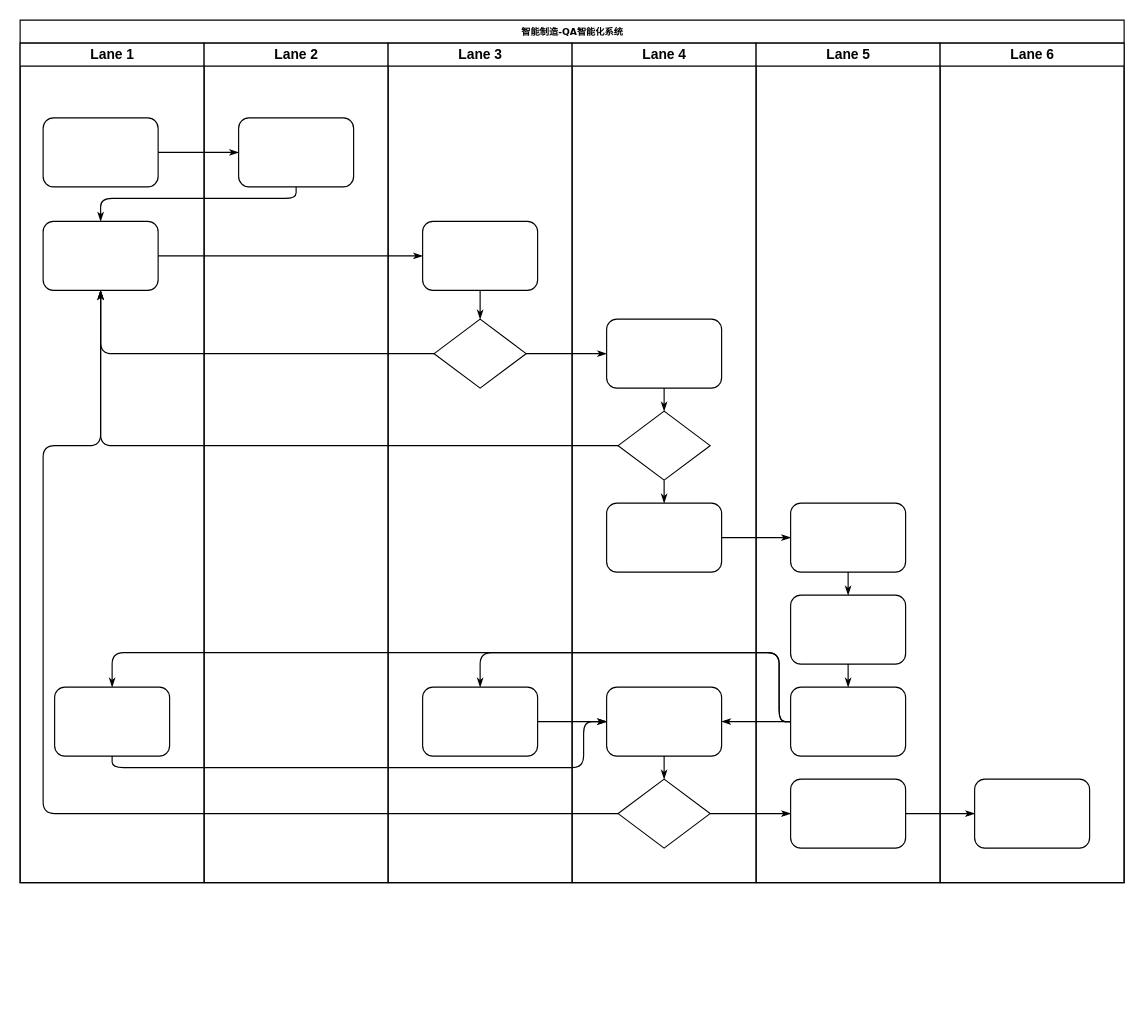
Earlier version of the draw.io diagram 智能制造.drawio (mandarenmanman/apidoc). Source tidied: cells renumbered, new cells numbered last; positions are measured from the earlier drawing's top-left corner, leaving out a move shared by most shapes. Both pictures are drawn from the tidied source at 115%, with x=0, y=0 at pixel (20, 20).
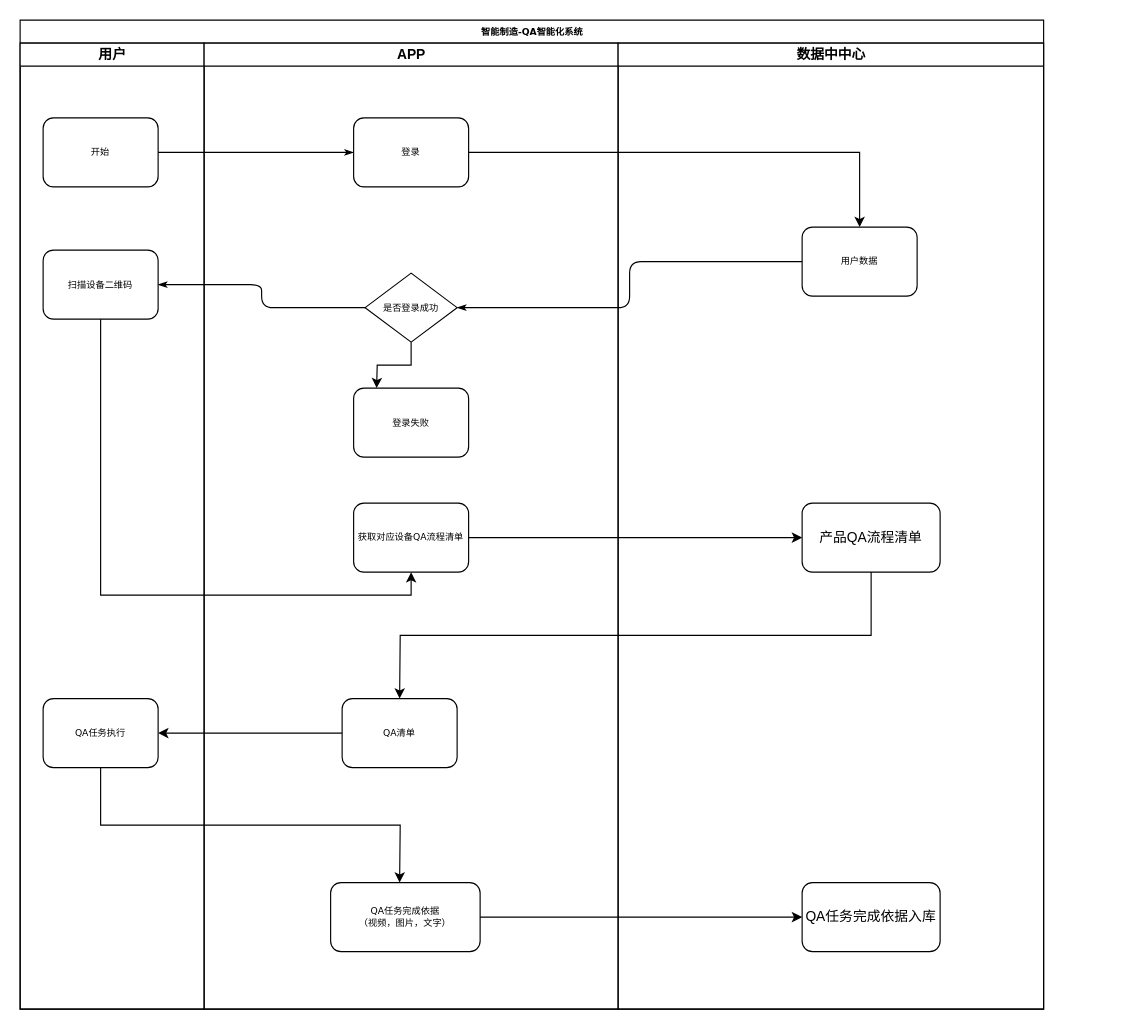
The same diagram, later.

Commit message (it also covers changes not shown here):
更新智能制造.drawio

What changed in the source:
```diff
@@
     <mxCell id="2" value="智能制造-QA智能化系统" style="swimlane;html=1;startSize=20;rounded=0;shadow=0;labelBackgroundColor=none;strokeWidth=1;fontFamily=Verdana;fontSize=8;align=center;" parent="1" vertex="1">
-      <mxGeometry width="960" height="750" as="geometry" />
+      <mxGeometry width="890" height="860" as="geometry" />
     </mxCell>
-    <mxCell id="3" value="Lane 1" style="swimlane;html=1;startSize=20;" parent="2" vertex="1">
-      <mxGeometry y="20" width="160" height="730" as="geometry" />
+    <mxCell id="3" value="用户" style="swimlane;html=1;startSize=20;" parent="2" vertex="1">
+      <mxGeometry y="20" width="160" height="840" as="geometry" />
     </mxCell>
-    <mxCell id="4" style="rounded=1;whiteSpace=wrap;html=1;shadow=0;labelBackgroundColor=none;strokeWidth=1;fontFamily=Verdana;fontSize=8;align=center;" parent="3" vertex="1">
+    <mxCell id="4" value="开始" style="rounded=1;whiteSpace=wrap;html=1;shadow=0;labelBackgroundColor=none;strokeWidth=1;fontFamily=Verdana;fontSize=8;align=center;" parent="3" vertex="1">
       <mxGeometry x="20" y="65" width="100" height="60" as="geometry" />
     </mxCell>
-    <mxCell id="5" style="rounded=1;whiteSpace=wrap;html=1;shadow=0;labelBackgroundColor=none;strokeWidth=1;fontFamily=Verdana;fontSize=8;align=center;" parent="3" vertex="1">
-      <mxGeometry x="20" y="155" width="100" height="60" as="geometry" />
+    <mxCell id="5" value="扫描设备二维码" style="rounded=1;whiteSpace=wrap;html=1;shadow=0;labelBackgroundColor=none;strokeWidth=1;fontFamily=Verdana;fontSize=8;align=center;" parent="3" vertex="1">
+      <mxGeometry x="20" y="180" width="100" height="60" as="geometry" />
     </mxCell>
-    <mxCell id="6" style="rounded=1;whiteSpace=wrap;html=1;shadow=0;labelBackgroundColor=none;strokeWidth=1;fontFamily=Verdana;fontSize=8;align=center;" parent="3" vertex="1">
-      <mxGeometry x="30" y="560" width="100" height="60" as="geometry" />
-    </mxCell>
+    <mxCell id="47" value="QA任务执行" style="rounded=1;whiteSpace=wrap;html=1;shadow=0;labelBackgroundColor=none;strokeWidth=1;fontFamily=Verdana;fontSize=8;align=center;" parent="3" vertex="1">
+      <mxGeometry x="20" y="570" width="100" height="60" as="geometry" />
+    </mxCell>
@@
-    <mxCell id="8" style="edgeStyle=orthogonalEdgeStyle;rounded=1;html=1;labelBackgroundColor=none;startArrow=none;startFill=0;startSize=5;endArrow=classicThin;endFill=1;endSize=5;jettySize=auto;strokeWidth=1;fontFamily=Verdana;fontSize=8;" parent="2" edge="1" source="23" target="5">
-      <mxGeometry relative="1" as="geometry">
-        <Array as="points">
-          <mxPoint x="240" y="155" />
-          <mxPoint x="70" y="155" />
-        </Array>
-      </mxGeometry>
-    </mxCell>
-    <mxCell id="9" style="edgeStyle=orthogonalEdgeStyle;rounded=1;html=1;labelBackgroundColor=none;startArrow=none;startFill=0;startSize=5;endArrow=classicThin;endFill=1;endSize=5;jettySize=auto;strokeWidth=1;fontFamily=Verdana;fontSize=8;" parent="2" edge="1" source="5" target="25">
-      <mxGeometry relative="1" as="geometry" />
-    </mxCell>
@@
-    <mxCell id="11" style="edgeStyle=orthogonalEdgeStyle;rounded=1;html=1;labelBackgroundColor=none;startArrow=none;startFill=0;startSize=5;endArrow=classicThin;endFill=1;endSize=5;jettySize=auto;strokeWidth=1;fontFamily=Verdana;fontSize=8;" parent="2" edge="1" source="31" target="5">
-      <mxGeometry relative="1" as="geometry" />
-    </mxCell>
-    <mxCell id="12" style="edgeStyle=orthogonalEdgeStyle;rounded=1;html=1;labelBackgroundColor=none;startArrow=none;startFill=0;startSize=5;endArrow=classicThin;endFill=1;endSize=5;jettySize=auto;strokeWidth=1;fontFamily=Verdana;fontSize=8;" parent="2" edge="1" source="34" target="5">
-      <mxGeometry relative="1" as="geometry">
-        <Array as="points">
-          <mxPoint x="20" y="690" />
-          <mxPoint x="20" y="370" />
-          <mxPoint x="70" y="370" />
-        </Array>
-      </mxGeometry>
-    </mxCell>
-    <mxCell id="13" style="edgeStyle=orthogonalEdgeStyle;rounded=1;html=1;labelBackgroundColor=none;startArrow=none;startFill=0;startSize=5;endArrow=classicThin;endFill=1;endSize=5;jettySize=auto;strokeWidth=1;fontFamily=Verdana;fontSize=8;" parent="2" edge="1" source="26" target="30">
-      <mxGeometry relative="1" as="geometry" />
-    </mxCell>
-    <mxCell id="14" style="edgeStyle=orthogonalEdgeStyle;rounded=1;html=1;labelBackgroundColor=none;startArrow=none;startFill=0;startSize=5;endArrow=classicThin;endFill=1;endSize=5;jettySize=auto;strokeWidth=1;fontFamily=Verdana;fontSize=8;" parent="2" edge="1" source="34" target="42">
-      <mxGeometry relative="1" as="geometry" />
-    </mxCell>
-    <mxCell id="15" style="edgeStyle=orthogonalEdgeStyle;rounded=1;html=1;labelBackgroundColor=none;startArrow=none;startFill=0;startSize=5;endArrow=classicThin;endFill=1;endSize=5;jettySize=auto;strokeWidth=1;fontFamily=Verdana;fontSize=8;" parent="2" edge="1" source="42" target="46">
-      <mxGeometry relative="1" as="geometry" />
-    </mxCell>
-    <mxCell id="16" style="edgeStyle=orthogonalEdgeStyle;rounded=1;html=1;labelBackgroundColor=none;startArrow=none;startFill=0;startSize=5;endArrow=classicThin;endFill=1;endSize=5;jettySize=auto;strokeWidth=1;fontFamily=Verdana;fontSize=8;" parent="2" edge="1" source="32" target="39">
-      <mxGeometry relative="1" as="geometry" />
-    </mxCell>
-    <mxCell id="17" style="edgeStyle=orthogonalEdgeStyle;rounded=1;html=1;labelBackgroundColor=none;startArrow=none;startFill=0;startSize=5;endArrow=classicThin;endFill=1;endSize=5;jettySize=auto;strokeWidth=1;fontFamily=Verdana;fontSize=8;" parent="2" edge="1" source="41" target="27">
-      <mxGeometry relative="1" as="geometry">
-        <Array as="points">
-          <mxPoint x="660" y="610" />
-          <mxPoint x="660" y="550" />
-          <mxPoint x="400" y="550" />
-        </Array>
-      </mxGeometry>
-    </mxCell>
-    <mxCell id="18" style="edgeStyle=orthogonalEdgeStyle;rounded=1;html=1;labelBackgroundColor=none;startArrow=none;startFill=0;startSize=5;endArrow=classicThin;endFill=1;endSize=5;jettySize=auto;strokeColor=#000000;strokeWidth=1;fontFamily=Verdana;fontSize=8;fontColor=#000000;" parent="2" edge="1" source="41" target="33">
-      <mxGeometry relative="1" as="geometry" />
-    </mxCell>
-    <mxCell id="19" style="edgeStyle=orthogonalEdgeStyle;rounded=1;html=1;labelBackgroundColor=none;startArrow=none;startFill=0;startSize=5;endArrow=classicThin;endFill=1;endSize=5;jettySize=auto;strokeWidth=1;fontFamily=Verdana;fontSize=8;" parent="2" edge="1" source="41" target="6">
-      <mxGeometry relative="1" as="geometry">
-        <Array as="points">
-          <mxPoint x="660" y="610" />
-          <mxPoint x="660" y="550" />
-          <mxPoint x="80" y="550" />
-        </Array>
-      </mxGeometry>
-    </mxCell>
-    <mxCell id="20" style="edgeStyle=orthogonalEdgeStyle;rounded=1;html=1;labelBackgroundColor=none;startArrow=none;startFill=0;startSize=5;endArrow=classicThin;endFill=1;endSize=5;jettySize=auto;strokeWidth=1;fontFamily=Verdana;fontSize=8;" parent="2" edge="1" source="6" target="33">
-      <mxGeometry relative="1" as="geometry">
-        <Array as="points">
-          <mxPoint x="80" y="650" />
-          <mxPoint x="490" y="650" />
-          <mxPoint x="490" y="610" />
-        </Array>
-      </mxGeometry>
-    </mxCell>
-    <mxCell id="21" style="edgeStyle=orthogonalEdgeStyle;rounded=1;html=1;labelBackgroundColor=none;startArrow=none;startFill=0;startSize=5;endArrow=classicThin;endFill=1;endSize=5;jettySize=auto;strokeWidth=1;fontFamily=Verdana;fontSize=8;" parent="2" edge="1" source="27" target="33">
-      <mxGeometry relative="1" as="geometry" />
-    </mxCell>
-    <mxCell id="22" value="Lane 2" style="swimlane;html=1;startSize=20;" parent="2" vertex="1">
-      <mxGeometry x="160" y="20" width="160" height="730" as="geometry" />
+    <mxCell id="22" value="APP" style="swimlane;html=1;startSize=20;" parent="2" vertex="1">
+      <mxGeometry x="160" y="20" width="360" height="840" as="geometry" />
     </mxCell>
-    <mxCell id="23" style="rounded=1;whiteSpace=wrap;html=1;shadow=0;labelBackgroundColor=none;strokeWidth=1;fontFamily=Verdana;fontSize=8;align=center;" parent="22" vertex="1">
-      <mxGeometry x="30" y="65" width="100" height="60" as="geometry" />
+    <mxCell id="23" value="登录" style="rounded=1;whiteSpace=wrap;html=1;shadow=0;labelBackgroundColor=none;strokeWidth=1;fontFamily=Verdana;fontSize=8;align=center;" parent="22" vertex="1">
+      <mxGeometry x="130" y="65" width="100" height="60" as="geometry" />
     </mxCell>
+    <mxCell id="26" value="是否登录成功" style="rhombus;whiteSpace=wrap;html=1;rounded=0;shadow=0;labelBackgroundColor=none;strokeWidth=1;fontFamily=Verdana;fontSize=8;align=center;" parent="22" vertex="1">
+      <mxGeometry x="140" y="200" width="80" height="60" as="geometry" />
+    </mxCell>
+    <mxCell id="48" value="登录失败" style="rounded=1;whiteSpace=wrap;html=1;shadow=0;labelBackgroundColor=none;strokeWidth=1;fontFamily=Verdana;fontSize=8;align=center;" parent="22" vertex="1">
+      <mxGeometry x="130" y="300" width="100" height="60" as="geometry" />
+    </mxCell>
+    <mxCell id="49" value="获取对应设备QA流程清单" style="rounded=1;whiteSpace=wrap;html=1;shadow=0;labelBackgroundColor=none;strokeWidth=1;fontFamily=Verdana;fontSize=8;align=center;" parent="22" vertex="1">
+      <mxGeometry x="130" y="400" width="100" height="60" as="geometry" />
+    </mxCell>
+    <mxCell id="50" style="edgeStyle=orthogonalEdgeStyle;rounded=0;orthogonalLoop=1;jettySize=auto;html=1;exitX=0.5;exitY=1;exitDx=0;exitDy=0;" parent="22" edge="1" source="48" target="48">
+      <mxGeometry relative="1" as="geometry" />
+    </mxCell>
+    <mxCell id="51" value="QA清单" style="rounded=1;whiteSpace=wrap;html=1;shadow=0;labelBackgroundColor=none;strokeWidth=1;fontFamily=Verdana;fontSize=8;align=center;" parent="22" vertex="1">
+      <mxGeometry x="120" y="570" width="100" height="60" as="geometry" />
+    </mxCell>
+    <mxCell id="52" value="QA任务完成依据&lt;br&gt;（视频，图片，文字）" style="rounded=1;whiteSpace=wrap;html=1;shadow=0;labelBackgroundColor=none;strokeWidth=1;fontFamily=Verdana;fontSize=8;align=center;" parent="22" vertex="1">
+      <mxGeometry x="110" y="730" width="130" height="60" as="geometry" />
+    </mxCell>
-    <mxCell id="24" value="Lane 3" style="swimlane;html=1;startSize=20;" parent="2" vertex="1">
-      <mxGeometry x="320" y="20" width="160" height="730" as="geometry" />
+    <mxCell id="24" value="数据中中心" style="swimlane;html=1;startSize=20;" parent="2" vertex="1">
+      <mxGeometry x="520" y="20" width="370" height="840" as="geometry" />
     </mxCell>
-    <mxCell id="25" style="rounded=1;whiteSpace=wrap;html=1;shadow=0;labelBackgroundColor=none;strokeWidth=1;fontFamily=Verdana;fontSize=8;align=center;" parent="24" vertex="1">
-      <mxGeometry x="30" y="155" width="100" height="60" as="geometry" />
+    <mxCell id="25" value="用户数据" style="rounded=1;whiteSpace=wrap;html=1;shadow=0;labelBackgroundColor=none;strokeWidth=1;fontFamily=Verdana;fontSize=8;align=center;" parent="24" vertex="1">
+      <mxGeometry x="160" y="160" width="100" height="60" as="geometry" />
     </mxCell>
-    <mxCell id="26" style="rhombus;whiteSpace=wrap;html=1;rounded=0;shadow=0;labelBackgroundColor=none;strokeWidth=1;fontFamily=Verdana;fontSize=8;align=center;" parent="24" vertex="1">
-      <mxGeometry x="40" y="240" width="80" height="60" as="geometry" />
-    </mxCell>
-    <mxCell id="27" style="rounded=1;whiteSpace=wrap;html=1;shadow=0;labelBackgroundColor=none;strokeWidth=1;fontFamily=Verdana;fontSize=8;align=center;" parent="24" vertex="1">
-      <mxGeometry x="30" y="560" width="100" height="60" as="geometry" />
-    </mxCell>
+    <mxCell id="53" value="产品QA流程清单" style="rounded=1;whiteSpace=wrap;html=1;" parent="24" vertex="1">
+      <mxGeometry x="160" y="400" width="120" height="60" as="geometry" />
+    </mxCell>
+    <mxCell id="54" value="QA任务完成依据入库" style="rounded=1;whiteSpace=wrap;html=1;" parent="24" vertex="1">
+      <mxGeometry x="160" y="730" width="120" height="60" as="geometry" />
+    </mxCell>
+    <mxCell id="55" style="edgeStyle=orthogonalEdgeStyle;rounded=0;jettySize=auto;html=1;exitX=1;exitY=0.5;exitDx=0;exitDy=0;entryX=0.5;entryY=0;entryDx=0;entryDy=0;" parent="2" edge="1" source="23" target="25">
+      <mxGeometry relative="1" as="geometry" />
+    </mxCell>
-    <mxCell id="28" style="edgeStyle=orthogonalEdgeStyle;rounded=1;html=1;labelBackgroundColor=none;startArrow=none;startFill=0;startSize=5;endArrow=classicThin;endFill=1;endSize=5;jettySize=auto;strokeWidth=1;fontFamily=Verdana;fontSize=8;" parent="24" edge="1" source="25" target="26">
+    <mxCell id="28" style="edgeStyle=orthogonalEdgeStyle;rounded=1;html=1;labelBackgroundColor=none;startArrow=none;startFill=0;startSize=5;endArrow=classicThin;endFill=1;endSize=5;jettySize=auto;strokeWidth=1;fontFamily=Verdana;fontSize=8;" parent="2" edge="1" source="25" target="26">
       <mxGeometry relative="1" as="geometry" />
     </mxCell>
-    <mxCell id="29" value="Lane 4" style="swimlane;html=1;startSize=20;" parent="2" vertex="1">
-      <mxGeometry x="480" y="20" width="160" height="730" as="geometry" />
-    </mxCell>
-    <mxCell id="30" style="rounded=1;whiteSpace=wrap;html=1;shadow=0;labelBackgroundColor=none;strokeWidth=1;fontFamily=Verdana;fontSize=8;align=center;" parent="29" vertex="1">
-      <mxGeometry x="30" y="240" width="100" height="60" as="geometry" />
-    </mxCell>
-    <mxCell id="31" style="rhombus;whiteSpace=wrap;html=1;rounded=0;shadow=0;labelBackgroundColor=none;strokeWidth=1;fontFamily=Verdana;fontSize=8;align=center;" parent="29" vertex="1">
-      <mxGeometry x="40" y="320" width="80" height="60" as="geometry" />
-    </mxCell>
-    <mxCell id="32" style="rounded=1;whiteSpace=wrap;html=1;shadow=0;labelBackgroundColor=none;strokeWidth=1;fontFamily=Verdana;fontSize=8;align=center;" parent="29" vertex="1">
-      <mxGeometry x="30" y="400" width="100" height="60" as="geometry" />
-    </mxCell>
-    <mxCell id="33" style="rounded=1;whiteSpace=wrap;html=1;shadow=0;labelBackgroundColor=none;strokeWidth=1;fontFamily=Verdana;fontSize=8;align=center;" parent="29" vertex="1">
-      <mxGeometry x="30" y="560" width="100" height="60" as="geometry" />
-    </mxCell>
-    <mxCell id="34" style="rhombus;whiteSpace=wrap;html=1;rounded=0;shadow=0;labelBackgroundColor=none;strokeWidth=1;fontFamily=Verdana;fontSize=8;align=center;" parent="29" vertex="1">
-      <mxGeometry x="40" y="640" width="80" height="60" as="geometry" />
-    </mxCell>
-    <mxCell id="35" style="edgeStyle=orthogonalEdgeStyle;rounded=1;html=1;labelBackgroundColor=none;startArrow=none;startFill=0;startSize=5;endArrow=classicThin;endFill=1;endSize=5;jettySize=auto;strokeColor=#000000;strokeWidth=1;fontFamily=Verdana;fontSize=8;fontColor=#000000;" parent="29" edge="1" source="30" target="31">
-      <mxGeometry relative="1" as="geometry" />
-    </mxCell>
-    <mxCell id="36" style="edgeStyle=orthogonalEdgeStyle;rounded=1;html=1;labelBackgroundColor=none;startArrow=none;startFill=0;startSize=5;endArrow=classicThin;endFill=1;endSize=5;jettySize=auto;strokeWidth=1;fontFamily=Verdana;fontSize=8;" parent="29" edge="1" source="31" target="32">
-      <mxGeometry relative="1" as="geometry" />
-    </mxCell>
-    <mxCell id="37" style="edgeStyle=orthogonalEdgeStyle;rounded=1;html=1;labelBackgroundColor=none;startArrow=none;startFill=0;startSize=5;endArrow=classicThin;endFill=1;endSize=5;jettySize=auto;strokeWidth=1;fontFamily=Verdana;fontSize=8;" parent="29" edge="1" source="33" target="34">
-      <mxGeometry relative="1" as="geometry" />
-    </mxCell>
-    <mxCell id="38" value="Lane 5" style="swimlane;html=1;startSize=20;" parent="2" vertex="1">
-      <mxGeometry x="640" y="20" width="160" height="730" as="geometry" />
-    </mxCell>
-    <mxCell id="39" style="rounded=1;whiteSpace=wrap;html=1;shadow=0;labelBackgroundColor=none;strokeWidth=1;fontFamily=Verdana;fontSize=8;align=center;" parent="38" vertex="1">
-      <mxGeometry x="30" y="400" width="100" height="60" as="geometry" />
-    </mxCell>
-    <mxCell id="40" style="rounded=1;whiteSpace=wrap;html=1;shadow=0;labelBackgroundColor=none;strokeWidth=1;fontFamily=Verdana;fontSize=8;align=center;" parent="38" vertex="1">
-      <mxGeometry x="30" y="480" width="100" height="60" as="geometry" />
-    </mxCell>
-    <mxCell id="41" style="rounded=1;whiteSpace=wrap;html=1;shadow=0;labelBackgroundColor=none;strokeWidth=1;fontFamily=Verdana;fontSize=8;align=center;" parent="38" vertex="1">
-      <mxGeometry x="30" y="560" width="100" height="60" as="geometry" />
-    </mxCell>
-    <mxCell id="42" style="rounded=1;whiteSpace=wrap;html=1;shadow=0;labelBackgroundColor=none;strokeWidth=1;fontFamily=Verdana;fontSize=8;align=center;" parent="38" vertex="1">
-      <mxGeometry x="30" y="640" width="100" height="60" as="geometry" />
-    </mxCell>
-    <mxCell id="43" style="edgeStyle=orthogonalEdgeStyle;rounded=1;html=1;labelBackgroundColor=none;startArrow=none;startFill=0;startSize=5;endArrow=classicThin;endFill=1;endSize=5;jettySize=auto;strokeWidth=1;fontFamily=Verdana;fontSize=8;" parent="38" edge="1" source="39" target="40">
-      <mxGeometry relative="1" as="geometry" />
-    </mxCell>
-    <mxCell id="44" style="edgeStyle=orthogonalEdgeStyle;rounded=1;html=1;labelBackgroundColor=none;startArrow=none;startFill=0;startSize=5;endArrow=classicThin;endFill=1;endSize=5;jettySize=auto;strokeWidth=1;fontFamily=Verdana;fontSize=8;" parent="38" edge="1" source="40" target="41">
-      <mxGeometry relative="1" as="geometry" />
-    </mxCell>
-    <mxCell id="45" value="Lane 6" style="swimlane;html=1;startSize=20;" parent="2" vertex="1">
-      <mxGeometry x="800" y="20" width="160" height="730" as="geometry" />
-    </mxCell>
-    <mxCell id="46" style="rounded=1;whiteSpace=wrap;html=1;shadow=0;labelBackgroundColor=none;strokeWidth=1;fontFamily=Verdana;fontSize=8;align=center;" parent="45" vertex="1">
-      <mxGeometry x="30" y="640" width="100" height="60" as="geometry" />
-    </mxCell>
+    <mxCell id="56" style="edgeStyle=orthogonalEdgeStyle;rounded=0;jettySize=auto;html=1;exitX=0.5;exitY=1;exitDx=0;exitDy=0;entryX=0.5;entryY=1;entryDx=0;entryDy=0;" parent="2" edge="1" source="5" target="49">
+      <mxGeometry relative="1" as="geometry" />
+    </mxCell>
+    <mxCell id="57" style="edgeStyle=orthogonalEdgeStyle;rounded=0;jettySize=auto;html=1;exitX=1;exitY=0.5;exitDx=0;exitDy=0;entryX=0;entryY=0.5;entryDx=0;entryDy=0;" parent="2" edge="1" source="52" target="54">
+      <mxGeometry relative="1" as="geometry" />
+    </mxCell>
+    <mxCell id="58" style="edgeStyle=orthogonalEdgeStyle;rounded=0;jettySize=auto;html=1;exitX=0.5;exitY=1;exitDx=0;exitDy=0;" parent="1" edge="1" source="26">
+      <mxGeometry relative="1" as="geometry">
+        <mxPoint x="310" y="320" as="targetPoint" />
+      </mxGeometry>
+    </mxCell>
+    <mxCell id="59" style="edgeStyle=orthogonalEdgeStyle;rounded=0;jettySize=auto;html=1;exitX=1;exitY=0.5;exitDx=0;exitDy=0;" parent="1" edge="1" source="49">
+      <mxGeometry relative="1" as="geometry">
+        <mxPoint x="680" y="450" as="targetPoint" />
+      </mxGeometry>
+    </mxCell>
+    <mxCell id="60" style="edgeStyle=orthogonalEdgeStyle;rounded=0;jettySize=auto;html=1;exitX=0.5;exitY=1;exitDx=0;exitDy=0;" parent="1" edge="1" source="53">
+      <mxGeometry relative="1" as="geometry">
+        <mxPoint x="330" y="590" as="targetPoint" />
+      </mxGeometry>
+    </mxCell>
+    <mxCell id="61" style="edgeStyle=orthogonalEdgeStyle;rounded=0;jettySize=auto;html=1;exitX=0;exitY=0.5;exitDx=0;exitDy=0;" parent="1" edge="1" source="51">
+      <mxGeometry relative="1" as="geometry">
+        <mxPoint x="120" y="620" as="targetPoint" />
+      </mxGeometry>
+    </mxCell>
+    <mxCell id="62" style="edgeStyle=orthogonalEdgeStyle;rounded=0;jettySize=auto;html=1;exitX=0.5;exitY=1;exitDx=0;exitDy=0;" parent="1" edge="1" source="47">
+      <mxGeometry relative="1" as="geometry">
+        <mxPoint x="330" y="750" as="targetPoint" />
+      </mxGeometry>
+    </mxCell>
```
